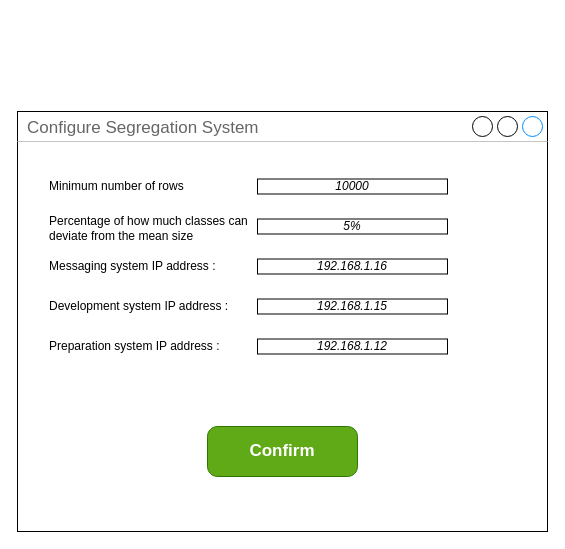
Above: configure/segregation system (FEDE)/segregation_system.drawio in BaffoBello14/AutomaticDamagesRecognition (draw.io), before the change. Source tidied: cells renumbered, new cells numbered last; positions are measured from the earlier drawing's top-left corner, leaving out a move shared by most shapes. Both pictures are drawn from the tidied source at 100%, with x=0, y=0 at pixel (17, 111).
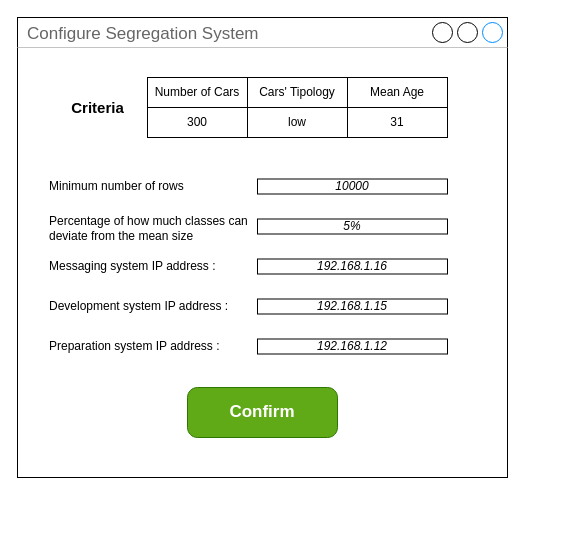
Above is the later version.

Commit message (it also covers changes not shown here):
Update configuration for ingestion system (CAPE)

The edit, as a diff of the source:
```diff
@@
     <mxCell id="2" value="Configure Segregation System" style="strokeWidth=1;shadow=0;dashed=0;align=center;html=1;shape=mxgraph.mockup.containers.window;align=left;verticalAlign=top;spacingLeft=8;strokeColor2=#008cff;strokeColor3=#c4c4c4;fontColor=#666666;mainText=;fontSize=17;labelBackgroundColor=none;whiteSpace=wrap;" parent="1" vertex="1">
-      <mxGeometry width="530" height="420" as="geometry" />
+      <mxGeometry y="-94" width="490" height="460" as="geometry" />
     </mxCell>
     <mxCell id="3" value="Confirm" style="strokeWidth=1;shadow=0;dashed=0;align=center;html=1;shape=mxgraph.mockup.buttons.button;strokeColor=#2D7600;fontColor=#ffffff;mainText=;buttonStyle=round;fontSize=17;fontStyle=1;fillColor=#60a917;whiteSpace=wrap;" parent="1" vertex="1">
-      <mxGeometry x="190" y="315" width="150" height="50" as="geometry" />
+      <mxGeometry x="170" y="276" width="150" height="50" as="geometry" />
     </mxCell>
@@
+    <mxCell id="14" style="group;" parent="1" vertex="1">
+      <mxGeometry x="130" y="-34" width="300" height="60" as="geometry" />
+    </mxCell>
+    <mxCell id="15" value="Number of Cars" style="whiteSpace=wrap;html=1;" parent="14" vertex="1">
+      <mxGeometry width="100" height="30" as="geometry" />
+    </mxCell>
+    <mxCell id="16" value="Cars' Tipology" style="whiteSpace=wrap;html=1;" parent="14" vertex="1">
+      <mxGeometry x="100" width="100" height="30" as="geometry" />
+    </mxCell>
+    <mxCell id="17" value="Mean Age" style="whiteSpace=wrap;html=1;" parent="14" vertex="1">
+      <mxGeometry x="200" width="100" height="30" as="geometry" />
+    </mxCell>
+    <mxCell id="18" value="300" style="whiteSpace=wrap;html=1;" parent="14" vertex="1">
+      <mxGeometry y="30" width="100" height="30" as="geometry" />
+    </mxCell>
+    <mxCell id="19" value="low" style="whiteSpace=wrap;html=1;" parent="14" vertex="1">
+      <mxGeometry x="100" y="30" width="100" height="30" as="geometry" />
+    </mxCell>
+    <mxCell id="20" value="31" style="whiteSpace=wrap;html=1;" parent="14" vertex="1">
+      <mxGeometry x="200" y="30" width="100" height="30" as="geometry" />
+    </mxCell>
+    <mxCell id="21" value="&lt;b&gt;&lt;font style=&quot;font-size: 15px;&quot;&gt;Criteria&lt;/font&gt;&lt;/b&gt;" style="text;html=1;align=center;verticalAlign=middle;strokeColor=none;fillColor=none;" parent="1" vertex="1">
+      <mxGeometry x="40" y="-19" width="80" height="30" as="geometry" />
+    </mxCell>
```
